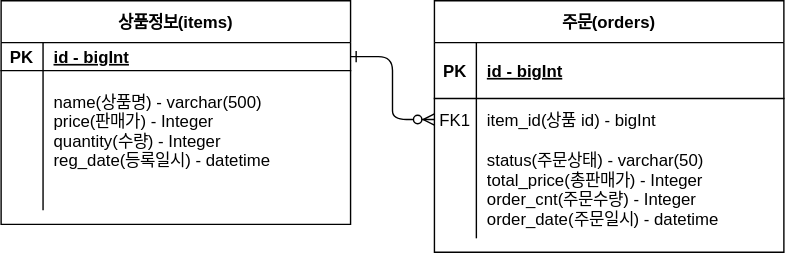
Before: document/#4 도메인설계하기.상품주문.svg, a diagram exported from draw.io (chaechaeyi/console_order_program). Source tidied: cells renumbered, new cells last; positions are measured from the earlier drawing's top-left corner, leaving out a move shared by most shapes.
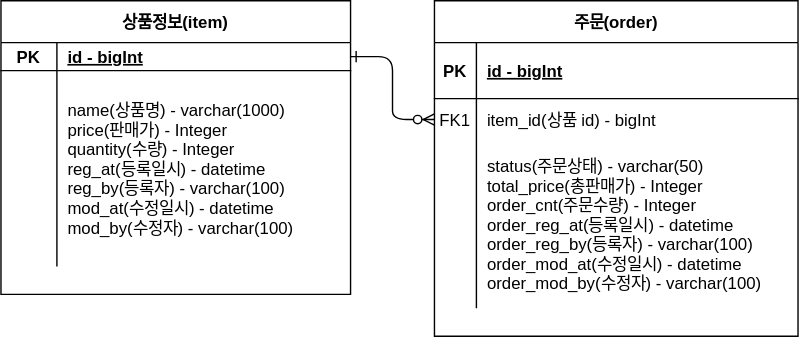
Later version of the same file.

Commit message:
Update #4 도메인설계하기.상품주문.svg

Change to the diagram source:
```diff
@@ -5,56 +5,56 @@
     <mxCell id="2" style="edgeStyle=entityRelationEdgeStyle;endArrow=ERzeroToMany;startArrow=ERone;endFill=1;startFill=0;" parent="1" edge="1" source="14" target="7">
       <mxGeometry relative="1" as="geometry" />
     </mxCell>
-    <mxCell id="3" value="주문(orders)" style="shape=table;startSize=30;rowLines=0;fontStyle=1;align=center;" parent="1" vertex="1">
-      <mxGeometry x="310" width="250" height="180" as="geometry" />
+    <mxCell id="3" value="주문(order)" style="shape=table;startSize=30;rowLines=0;fontStyle=1;align=center;" parent="1" vertex="1">
+      <mxGeometry x="310" width="260" height="240" as="geometry" />
     </mxCell>
     <mxCell id="4" style="shape=partialRectangle;fillColor=none;top=0;left=0;right=0;bottom=1;" parent="3" vertex="1">
-      <mxGeometry y="30" width="250" height="40" as="geometry" />
+      <mxGeometry y="30" width="260" height="40" as="geometry" />
     </mxCell>
     <mxCell id="5" value="PK" style="shape=partialRectangle;overflow=hidden;fillColor=none;top=0;left=0;bottom=0;right=0;fontStyle=1;" parent="4" vertex="1">
       <mxGeometry width="30" height="40" as="geometry" />
     </mxCell>
     <mxCell id="6" value="id - bigInt" style="shape=partialRectangle;overflow=hidden;fillColor=none;top=0;left=0;bottom=0;right=0;align=left;spacingLeft=6;fontStyle=5;" parent="4" vertex="1">
-      <mxGeometry x="30" width="220" height="40" as="geometry" />
+      <mxGeometry x="30" width="230" height="40" as="geometry" />
     </mxCell>
     <mxCell id="7" style="shape=partialRectangle;fillColor=none;points=[[0,0.5],[1,0.5]];portConstraint=eastwest;top=0;left=0;right=0;bottom=0;" parent="3" vertex="1">
-      <mxGeometry y="70" width="250" height="30" as="geometry" />
+      <mxGeometry y="70" width="260" height="30" as="geometry" />
     </mxCell>
     <mxCell id="8" value="FK1" style="shape=partialRectangle;overflow=hidden;fillColor=none;top=0;left=0;bottom=0;right=0;" parent="7" vertex="1">
       <mxGeometry width="30" height="30" as="geometry" />
     </mxCell>
     <mxCell id="9" value="item_id(상품 id) - bigInt" style="shape=partialRectangle;overflow=hidden;fillColor=none;top=0;left=0;bottom=0;right=0;align=left;spacingLeft=6;" parent="7" vertex="1">
-      <mxGeometry x="30" width="220" height="30" as="geometry" />
+      <mxGeometry x="30" width="230" height="30" as="geometry" />
     </mxCell>
     <mxCell id="10" style="shape=partialRectangle;fillColor=none;top=0;left=0;right=0;bottom=0;" parent="3" vertex="1">
-      <mxGeometry y="100" width="250" height="70" as="geometry" />
+      <mxGeometry y="100" width="260" height="120" as="geometry" />
     </mxCell>
     <mxCell id="11" style="shape=partialRectangle;overflow=hidden;fillColor=none;top=0;left=0;bottom=0;right=0;" parent="10" vertex="1">
-      <mxGeometry width="30" height="70" as="geometry" />
+      <mxGeometry width="30" height="120" as="geometry" />
     </mxCell>
-    <mxCell id="12" value="status(주문상태) - varchar(50)&#10;total_price(총판매가) - Integer&#10;order_cnt(주문수량) - Integer&#10;order_date(주문일시) - datetime" style="shape=partialRectangle;overflow=hidden;fillColor=none;top=0;left=0;bottom=0;right=0;align=left;spacingLeft=6;" parent="10" vertex="1">
-      <mxGeometry x="30" width="220" height="70" as="geometry" />
+    <mxCell id="12" value="status(주문상태) - varchar(50)&#10;total_price(총판매가) - Integer&#10;order_cnt(주문수량) - Integer&#10;order_reg_at(등록일시) - datetime&#10;order_reg_by(등록자) - varchar(100) &#10;order_mod_at(수정일시) - datetime&#10;order_mod_by(수정자) - varchar(100)" style="shape=partialRectangle;overflow=hidden;fillColor=none;top=0;left=0;bottom=0;right=0;align=left;spacingLeft=6;" parent="10" vertex="1">
+      <mxGeometry x="30" width="230" height="120" as="geometry" />
     </mxCell>
-    <mxCell id="13" value="상품정보(items)" style="shape=table;startSize=30;rowLines=0;fontStyle=1;align=center;" parent="1" vertex="1">
-      <mxGeometry width="250" height="160" as="geometry" />
+    <mxCell id="13" value="상품정보(item)" style="shape=table;startSize=30;rowLines=0;fontStyle=1;align=center;" parent="1" vertex="1">
+      <mxGeometry width="250" height="210" as="geometry" />
     </mxCell>
     <mxCell id="14" style="shape=partialRectangle;fillColor=none;points=[[0,0.5],[1,0.5]];portConstraint=eastwest;top=0;left=0;right=0;bottom=1;" parent="13" vertex="1">
       <mxGeometry y="30" width="250" height="20" as="geometry" />
     </mxCell>
     <mxCell id="15" value="PK" style="shape=partialRectangle;overflow=hidden;fillColor=none;top=0;left=0;bottom=0;right=0;fontStyle=1;" parent="14" vertex="1">
-      <mxGeometry width="30" height="20" as="geometry" />
+      <mxGeometry width="40" height="20" as="geometry" />
     </mxCell>
     <mxCell id="16" value="id - bigInt" style="shape=partialRectangle;overflow=hidden;fillColor=none;top=0;left=0;bottom=0;right=0;align=left;spacingLeft=6;fontStyle=5;" parent="14" vertex="1">
-      <mxGeometry x="30" width="220" height="20" as="geometry" />
+      <mxGeometry x="40" width="210" height="20" as="geometry" />
     </mxCell>
     <mxCell id="17" style="shape=partialRectangle;fillColor=none;top=0;left=0;right=0;bottom=0;" parent="13" vertex="1">
-      <mxGeometry y="50" width="250" height="100" as="geometry" />
+      <mxGeometry y="50" width="250" height="140" as="geometry" />
     </mxCell>
     <mxCell id="18" style="shape=partialRectangle;overflow=hidden;fillColor=none;top=0;left=0;bottom=0;right=0;" parent="17" vertex="1">
-      <mxGeometry width="30" height="100" as="geometry" />
+      <mxGeometry width="40" height="140" as="geometry" />
     </mxCell>
-    <mxCell id="19" value="&#10;name(상품명) - varchar(500)  &#10;price(판매가) - Integer&#10;quantity(수량) - Integer&#10;reg_date(등록일시) - datetime&#10;&#10;" style="shape=partialRectangle;overflow=hidden;fillColor=none;top=0;left=0;bottom=0;right=0;align=left;spacingLeft=6;" parent="17" vertex="1">
-      <mxGeometry x="30" width="220" height="100" as="geometry" />
+    <mxCell id="19" value="name(상품명) - varchar(1000)  &#10;price(판매가) - Integer&#10;quantity(수량) - Integer&#10;reg_at(등록일시) - datetime&#10;reg_by(등록자) - varchar(100) &#10;mod_at(수정일시) - datetime&#10;mod_by(수정자) - varchar(100)" style="shape=partialRectangle;overflow=hidden;fillColor=none;top=0;left=0;bottom=0;right=0;align=left;spacingLeft=6;" parent="17" vertex="1">
+      <mxGeometry x="40" width="210" height="140" as="geometry" />
     </mxCell>
   </root>
 </mxGraphModel>
```
